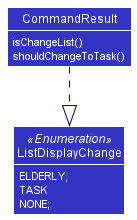
This is docs/images/ViewElderlyClassDiagram.png from tsy24/tp, a PlantUML export, as it was before one commit.
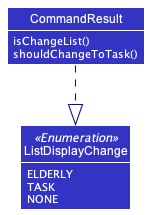
The same diagram one commit later.

Commit message:
Fix grammatical errors and phrasing issues in Developer Guide

The edit, as a diff of the source:
```diff
@@ -12,9 +12,9 @@
 
 }
 Enum ListDisplayChange <<Enumeration>> {
-    <color:White>ELDERLY;
+    <color:White>ELDERLY
     <color:White>TASK
-    <color:White>NONE;
+    <color:White>NONE
 }
 
 CommandResult ..|> ListDisplayChange
```
